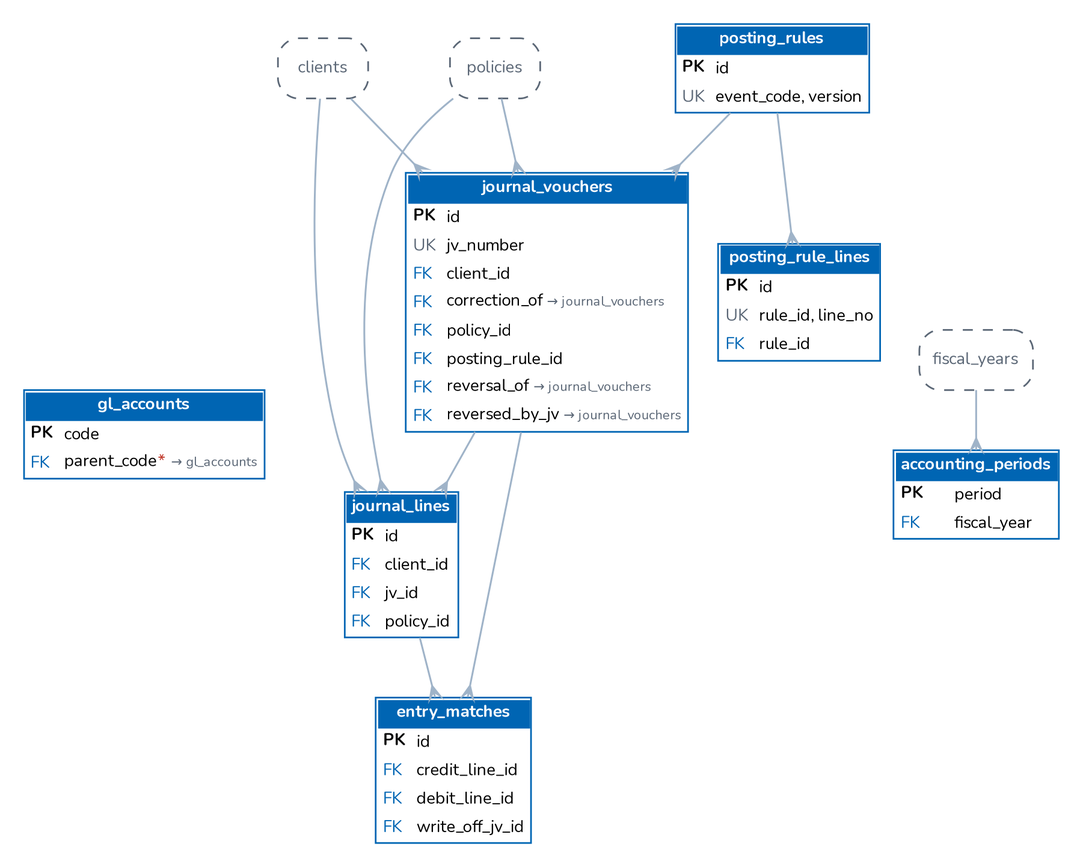
Before: docs/architecture/diagrams/er_ledger.png, a diagram exported from Graphviz (IortaTexhNXT-DEV/BDOI-OOTB). Its source is kept beside it as docs/architecture/diagrams/er_ledger.dot. Its diagram source:
```dot
digraph ER {
  graph [rankdir=TB, splines=true, nodesep=0.25, ranksep=0.5, fontname="Nunito", bgcolor="white", pad=0.2, pack=true, packmode="array_u3"];
  node [shape=plain, fontname="Nunito", fontsize=10];
  edge [color="#9FB3C8", arrowhead=crow, arrowtail=none, dir=both, arrowsize=0.7, penwidth=1.1];
  "gl_accounts" [label=<<table border="1" cellborder="0" cellspacing="0" cellpadding="3" color="#0065B3"><tr><td colspan="2" bgcolor="#0065B3"><font color="white"><b>gl_accounts</b></font></td></tr><tr><td align="left" balign="left"><b>PK</b></td><td align="left">code</td></tr><tr><td align="left"><font color="#0065B3">FK</font></td><td align="left">parent_code<font color="#C0392B">*</font> <font color="#5B6776" point-size="8">&#8594; gl_accounts</font></td></tr></table>>];
  "journal_vouchers" [label=<<table border="1" cellborder="0" cellspacing="0" cellpadding="3" color="#0065B3"><tr><td colspan="2" bgcolor="#0065B3"><font color="white"><b>journal_vouchers</b></font></td></tr><tr><td align="left" balign="left"><b>PK</b></td><td align="left">id</td></tr><tr><td align="left"><font color="#5B6776">UK</font></td><td align="left">jv_number</td></tr><tr><td align="left"><font color="#0065B3">FK</font></td><td align="left">client_id</td></tr><tr><td align="left"><font color="#0065B3">FK</font></td><td align="left">correction_of <font color="#5B6776" point-size="8">&#8594; journal_vouchers</font></td></tr><tr><td align="left"><font color="#0065B3">FK</font></td><td align="left">policy_id</td></tr><tr><td align="left"><font color="#0065B3">FK</font></td><td align="left">posting_rule_id</td></tr><tr><td align="left"><font color="#0065B3">FK</font></td><td align="left">reversal_of <font color="#5B6776" point-size="8">&#8594; journal_vouchers</font></td></tr><tr><td align="left"><font color="#0065B3">FK</font></td><td align="left">reversed_by_jv <font color="#5B6776" point-size="8">&#8594; journal_vouchers</font></td></tr></table>>];
  "journal_lines" [label=<<table border="1" cellborder="0" cellspacing="0" cellpadding="3" color="#0065B3"><tr><td colspan="2" bgcolor="#0065B3"><font color="white"><b>journal_lines</b></font></td></tr><tr><td align="left" balign="left"><b>PK</b></td><td align="left">id</td></tr><tr><td align="left"><font color="#0065B3">FK</font></td><td align="left">client_id</td></tr><tr><td align="left"><font color="#0065B3">FK</font></td><td align="left">jv_id</td></tr><tr><td align="left"><font color="#0065B3">FK</font></td><td align="left">policy_id</td></tr></table>>];
  "entry_matches" [label=<<table border="1" cellborder="0" cellspacing="0" cellpadding="3" color="#0065B3"><tr><td colspan="2" bgcolor="#0065B3"><font color="white"><b>entry_matches</b></font></td></tr><tr><td align="left" balign="left"><b>PK</b></td><td align="left">id</td></tr><tr><td align="left"><font color="#0065B3">FK</font></td><td align="left">credit_line_id</td></tr><tr><td align="left"><font color="#0065B3">FK</font></td><td align="left">debit_line_id</td></tr><tr><td align="left"><font color="#0065B3">FK</font></td><td align="left">write_off_jv_id</td></tr></table>>];
  "accounting_periods" [label=<<table border="1" cellborder="0" cellspacing="0" cellpadding="3" color="#0065B3"><tr><td colspan="2" bgcolor="#0065B3"><font color="white"><b>accounting_periods</b></font></td></tr><tr><td align="left" balign="left"><b>PK</b></td><td align="left">period</td></tr><tr><td align="left"><font color="#0065B3">FK</font></td><td align="left">fiscal_year</td></tr></table>>];
  "posting_rules" [label=<<table border="1" cellborder="0" cellspacing="0" cellpadding="3" color="#0065B3"><tr><td colspan="2" bgcolor="#0065B3"><font color="white"><b>posting_rules</b></font></td></tr><tr><td align="left" balign="left"><b>PK</b></td><td align="left">id</td></tr><tr><td align="left"><font color="#5B6776">UK</font></td><td align="left">event_code, version</td></tr></table>>];
  "posting_rule_lines" [label=<<table border="1" cellborder="0" cellspacing="0" cellpadding="3" color="#0065B3"><tr><td colspan="2" bgcolor="#0065B3"><font color="white"><b>posting_rule_lines</b></font></td></tr><tr><td align="left" balign="left"><b>PK</b></td><td align="left">id</td></tr><tr><td align="left"><font color="#5B6776">UK</font></td><td align="left">rule_id, line_no</td></tr><tr><td align="left"><font color="#0065B3">FK</font></td><td align="left">rule_id</td></tr></table>>];
  "clients" [shape=box, style="rounded,dashed", color="#5B6776", fontcolor="#5B6776", label="clients"];
  "fiscal_years" [shape=box, style="rounded,dashed", color="#5B6776", fontcolor="#5B6776", label="fiscal_years"];
  "policies" [shape=box, style="rounded,dashed", color="#5B6776", fontcolor="#5B6776", label="policies"];
  "clients" -> "journal_lines";
  "clients" -> "journal_vouchers";
  "fiscal_years" -> "accounting_periods";
  "journal_lines" -> "entry_matches";
  "journal_vouchers" -> "entry_matches";
  "journal_vouchers" -> "journal_lines";
  "policies" -> "journal_lines";
  "policies" -> "journal_vouchers";
  "posting_rules" -> "journal_vouchers";
  "posting_rules" -> "posting_rule_lines";
}
```
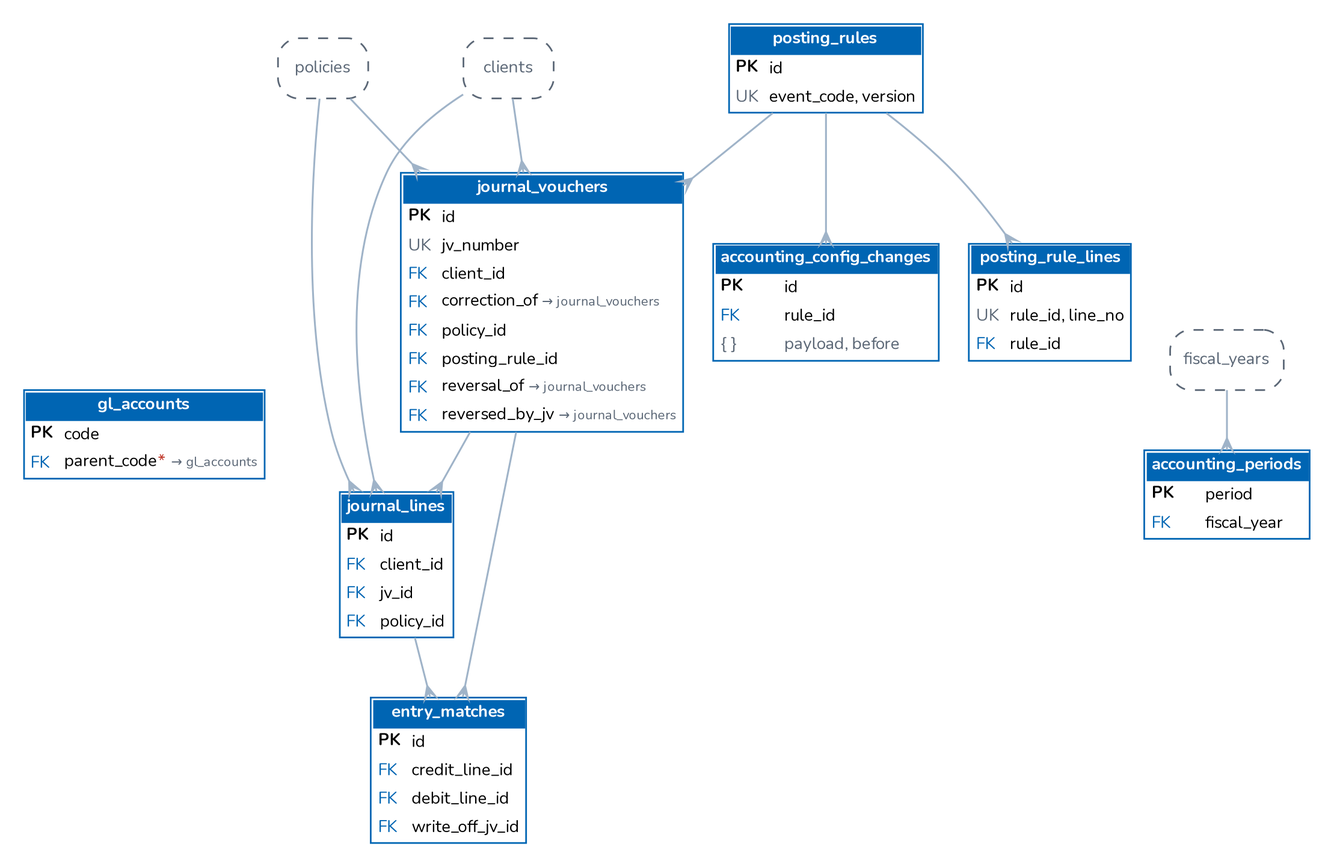
After the change.

Change to the diagram source:
```diff
@@ -9,6 +9,7 @@
   "accounting_periods" [label=<<table border="1" cellborder="0" cellspacing="0" cellpadding="3" color="#0065B3"><tr><td colspan="2" bgcolor="#0065B3"><font color="white"><b>accounting_periods</b></font></td></tr><tr><td align="left" balign="left"><b>PK</b></td><td align="left">period</td></tr><tr><td align="left"><font color="#0065B3">FK</font></td><td align="left">fiscal_year</td></tr></table>>];
   "posting_rules" [label=<<table border="1" cellborder="0" cellspacing="0" cellpadding="3" color="#0065B3"><tr><td colspan="2" bgcolor="#0065B3"><font color="white"><b>posting_rules</b></font></td></tr><tr><td align="left" balign="left"><b>PK</b></td><td align="left">id</td></tr><tr><td align="left"><font color="#5B6776">UK</font></td><td align="left">event_code, version</td></tr></table>>];
   "posting_rule_lines" [label=<<table border="1" cellborder="0" cellspacing="0" cellpadding="3" color="#0065B3"><tr><td colspan="2" bgcolor="#0065B3"><font color="white"><b>posting_rule_lines</b></font></td></tr><tr><td align="left" balign="left"><b>PK</b></td><td align="left">id</td></tr><tr><td align="left"><font color="#5B6776">UK</font></td><td align="left">rule_id, line_no</td></tr><tr><td align="left"><font color="#0065B3">FK</font></td><td align="left">rule_id</td></tr></table>>];
+  "accounting_config_changes" [label=<<table border="1" cellborder="0" cellspacing="0" cellpadding="3" color="#0065B3"><tr><td colspan="2" bgcolor="#0065B3"><font color="white"><b>accounting_config_changes</b></font></td></tr><tr><td align="left" balign="left"><b>PK</b></td><td align="left">id</td></tr><tr><td align="left"><font color="#0065B3">FK</font></td><td align="left">rule_id</td></tr><tr><td align="left"><font color="#5B6776">{ }</font></td><td align="left"><font color="#5B6776">payload, before</font></td></tr></table>>];
   "clients" [shape=box, style="rounded,dashed", color="#5B6776", fontcolor="#5B6776", label="clients"];
   "fiscal_years" [shape=box, style="rounded,dashed", color="#5B6776", fontcolor="#5B6776", label="fiscal_years"];
   "policies" [shape=box, style="rounded,dashed", color="#5B6776", fontcolor="#5B6776", label="policies"];
@@ -20,6 +21,7 @@
   "journal_vouchers" -> "journal_lines";
   "policies" -> "journal_lines";
   "policies" -> "journal_vouchers";
+  "posting_rules" -> "accounting_config_changes";
   "posting_rules" -> "journal_vouchers";
   "posting_rules" -> "posting_rule_lines";
 }
```
